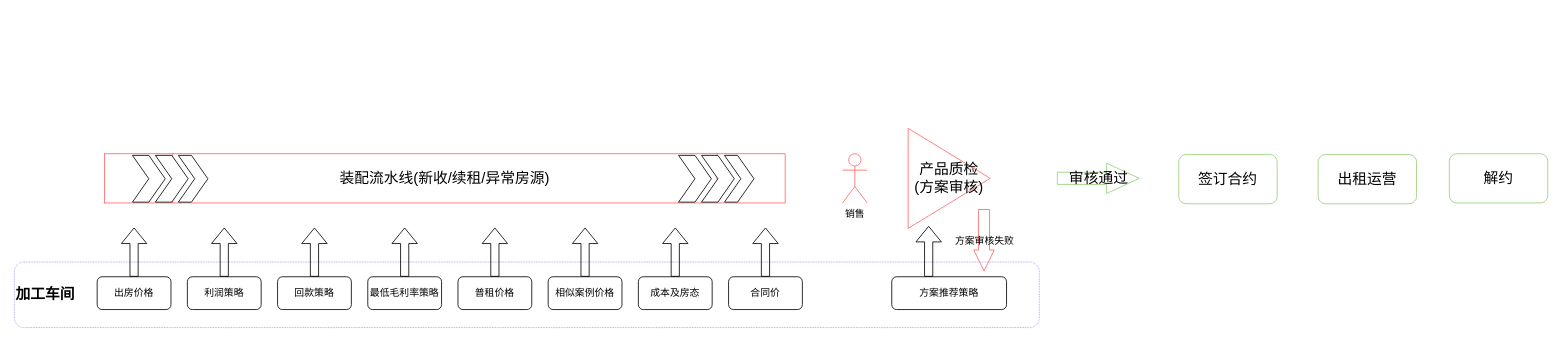
zhuyeqing/tutorials keeps this draw.io diagram as Untitled Diagram.drawio. Above is the earlier version. Source tidied: cells renumbered, new cells numbered last; positions are measured from the earlier drawing's top-left corner, leaving out a move shared by most shapes. Both pictures are drawn from the tidied source at 82%, with x=0, y=0 at pixel (14, 128).
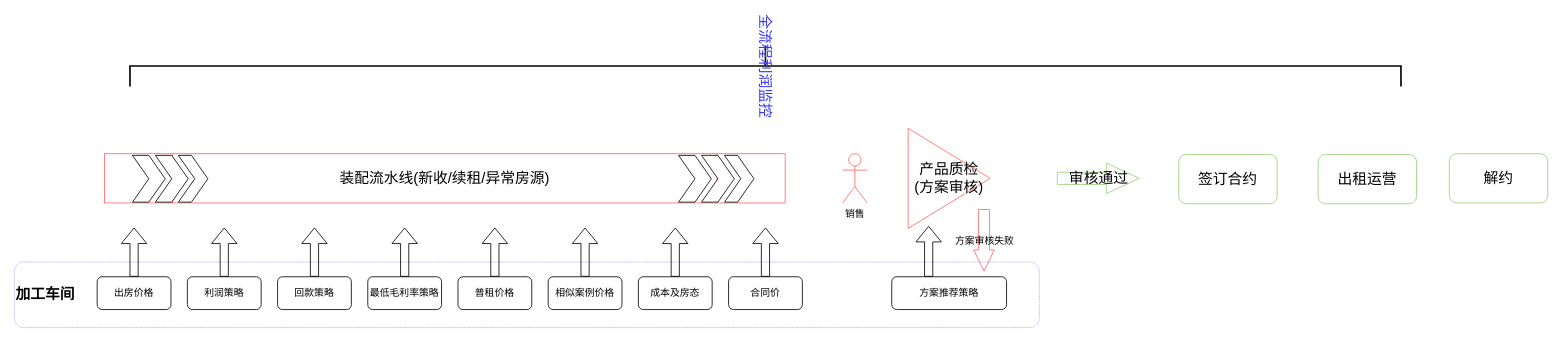
The same page after the edit.

What changed in the source:
```diff
@@
+    <mxCell id="37" value="&lt;font style=&quot;font-size: 18px&quot; color=&quot;#3333ff&quot;&gt;全流程利润监控&lt;/font&gt;" style="strokeWidth=2;html=1;shape=mxgraph.flowchart.annotation_2;align=center;labelPosition=center;fillColor=none;rotation=90;verticalLabelPosition=middle;verticalAlign=middle;" parent="1" vertex="1">
+      <mxGeometry x="891" y="-851" width="50" height="1550" as="geometry" />
+    </mxCell>
```
